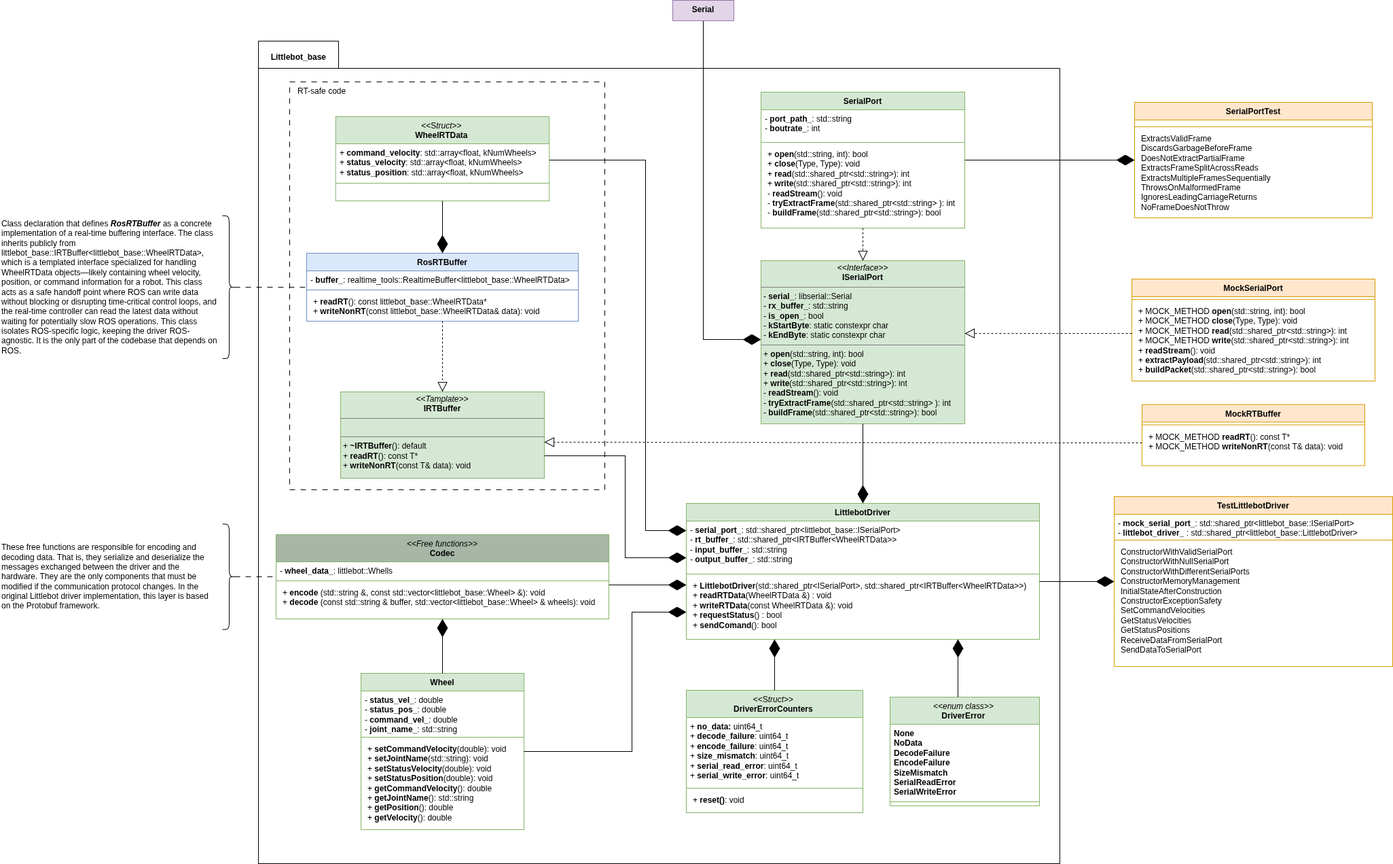
Earlier version of the draw.io export docs/figures/driver_class_diagram.png (NestorDP/littlebot). Source tidied: cells renumbered, new cells last; positions are measured from the earlier drawing's top-left corner, leaving out a move shared by most shapes.
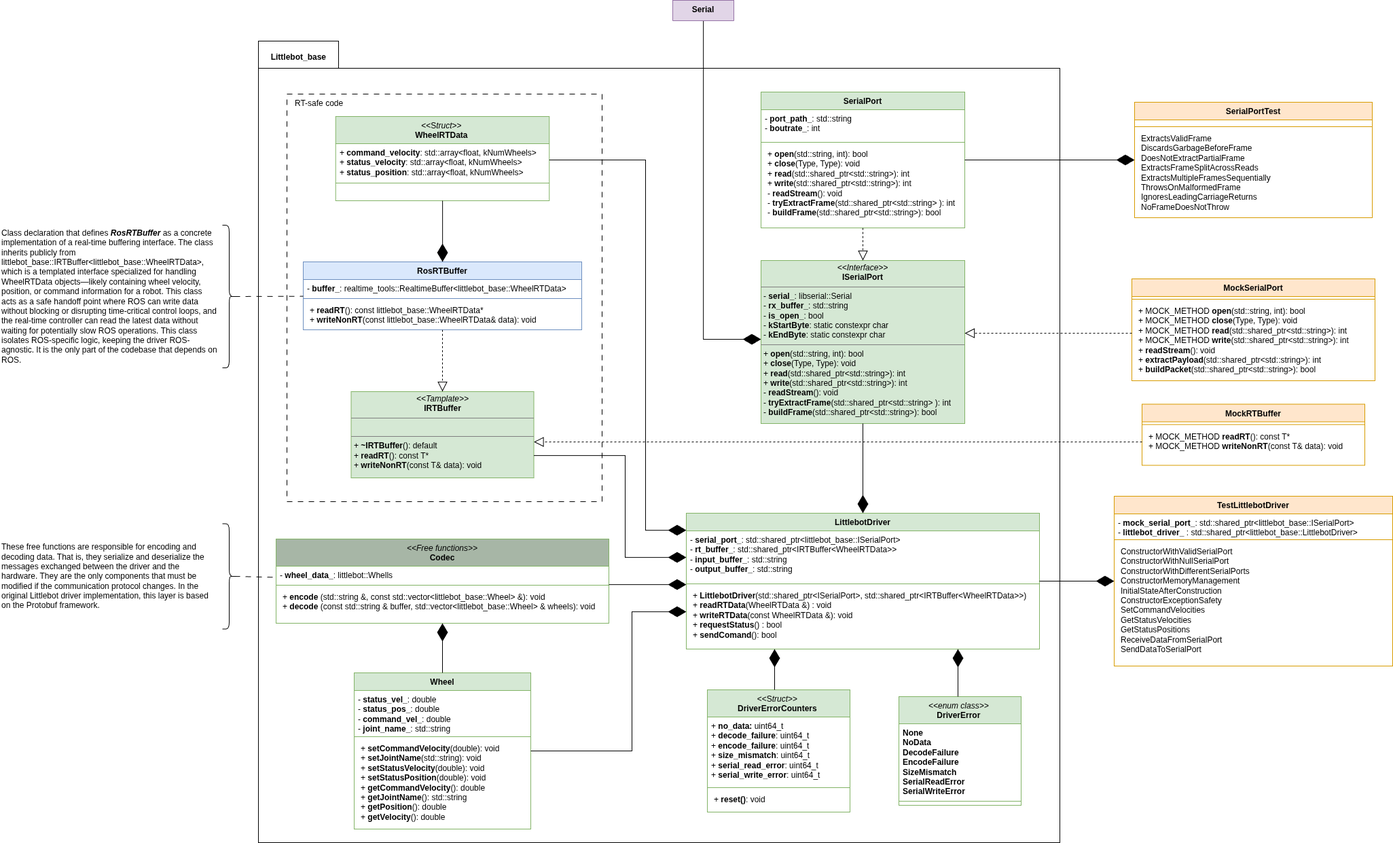
After the change.

Change to the diagram source:
```diff
@@ -5,6 +5,6 @@
     <mxCell id="2" value="&amp;nbsp; &amp;nbsp; &amp;nbsp;Littlebot_base" style="shape=folder;fontStyle=1;spacingTop=10;tabWidth=30;tabHeight=40;tabPosition=left;html=1;whiteSpace=wrap;verticalAlign=top;align=left;" parent="1" vertex="1">
-      <mxGeometry x="380" y="60" width="1180" height="1210" as="geometry" />
+      <mxGeometry x="380" y="60" width="1180" height="1180" as="geometry" />
     </mxCell>
     <mxCell id="3" value="&amp;nbsp; &amp;nbsp;RT-safe code" style="rounded=0;whiteSpace=wrap;html=1;fillColor=none;dashed=1;dashPattern=8 8;align=left;verticalAlign=top;" parent="1" vertex="1">
-      <mxGeometry x="426" y="120" width="464" height="600" as="geometry" />
+      <mxGeometry x="422" y="138" width="464" height="600" as="geometry" />
     </mxCell>
@@ -26,3 +26,3 @@
     <mxCell id="9" value="LittlebotDriver" style="swimlane;fontStyle=1;align=center;verticalAlign=top;horizontal=1;startSize=26;whiteSpace=wrap;html=1;fillColor=#d5e8d4;strokeColor=#82b366;" parent="1" vertex="1">
-      <mxGeometry x="1010" y="740" width="520" height="200" as="geometry" />
+      <mxGeometry x="1010" y="755" width="520" height="200" as="geometry" />
     </mxCell>
@@ -38,12 +38,12 @@
     <mxCell id="13" value="Wheel" style="swimlane;fontStyle=1;align=center;verticalAlign=top;horizontal=1;startSize=26;whiteSpace=wrap;html=1;fillColor=#d5e8d4;strokeColor=#82b366;" parent="1" vertex="1">
-      <mxGeometry x="531" y="990" width="240" height="230" as="geometry" />
+      <mxGeometry x="521" y="990" width="260" height="230" as="geometry" />
     </mxCell>
     <mxCell id="14" value="- &lt;b&gt;status_vel_&lt;/b&gt;: double&lt;div&gt;-&lt;b&gt; status_pos_&lt;/b&gt;: double&lt;br&gt;&lt;div&gt;-&lt;b&gt; command_vel_&lt;/b&gt;: double&lt;br&gt;-&lt;b&gt; joint_name_&lt;/b&gt;:&amp;nbsp;&lt;span style=&quot;background-color: transparent; color: light-dark(rgb(0, 0, 0), rgb(255, 255, 255));&quot;&gt;std::string&lt;/span&gt;&lt;/div&gt;&lt;/div&gt;" style="text;strokeColor=none;fillColor=none;align=left;verticalAlign=top;spacingLeft=4;spacingRight=4;overflow=hidden;whiteSpace=wrap;html=1;" parent="13" vertex="1">
-      <mxGeometry y="26" width="240" height="64" as="geometry" />
+      <mxGeometry y="26" width="260" height="64" as="geometry" />
     </mxCell>
     <mxCell id="15" style="line;strokeWidth=1;fillColor=none;align=left;verticalAlign=middle;spacingTop=-1;spacingLeft=3;spacingRight=3;labelPosition=right;strokeColor=inherit;" parent="13" vertex="1">
-      <mxGeometry y="90" width="240" height="8" as="geometry" />
+      <mxGeometry y="90" width="260" height="8" as="geometry" />
     </mxCell>
     <mxCell id="16" value="&lt;p style=&quot;margin: 0px 0px 0px 4px;&quot;&gt;+ &lt;b&gt;setCommandVelocity&lt;/b&gt;(double): void&lt;br&gt;+ &lt;b&gt;setJointName&lt;/b&gt;(std::string): void&lt;/p&gt;&lt;p style=&quot;margin: 0px 0px 0px 4px;&quot;&gt;+ &lt;b&gt;setStatusVelocity&lt;/b&gt;(double): void&lt;/p&gt;&lt;p style=&quot;margin: 0px 0px 0px 4px;&quot;&gt;+ &lt;b&gt;setStatusPosition&lt;/b&gt;(double): void&lt;/p&gt;&lt;p style=&quot;margin: 0px 0px 0px 4px;&quot;&gt;+ &lt;b&gt;getCommandVelocity&lt;/b&gt;(): double&amp;nbsp;&lt;span style=&quot;white-space: pre;&quot;&gt;&#9;&lt;/span&gt;&lt;/p&gt;&lt;p style=&quot;margin: 0px 0px 0px 4px;&quot;&gt;+&amp;nbsp;&lt;b&gt;getJointName&lt;/b&gt;(&lt;span style=&quot;color: light-dark(rgb(0, 0, 0), rgb(255, 255, 255)); background-color: transparent;&quot;&gt;):&amp;nbsp;&lt;/span&gt;&lt;span style=&quot;color: light-dark(rgb(0, 0, 0), rgb(255, 255, 255)); background-color: transparent;&quot;&gt;std::string&lt;/span&gt;&lt;/p&gt;&lt;p style=&quot;margin: 0px 0px 0px 4px;&quot;&gt;+ &lt;b&gt;getPosition&lt;/b&gt;():&amp;nbsp;&lt;span style=&quot;background-color: transparent; color: light-dark(rgb(0, 0, 0), rgb(255, 255, 255));&quot;&gt;double&lt;/span&gt;&lt;/p&gt;&lt;p style=&quot;margin: 0px 0px 0px 4px;&quot;&gt;+&amp;nbsp;&lt;b style=&quot;background-color: transparent; color: light-dark(rgb(0, 0, 0), rgb(255, 255, 255));&quot;&gt;getVelocity&lt;/b&gt;&lt;span style=&quot;background-color: transparent; color: light-dark(rgb(0, 0, 0), rgb(255, 255, 255));&quot;&gt;():&amp;nbsp;&lt;/span&gt;&lt;span style=&quot;background-color: transparent; color: light-dark(rgb(0, 0, 0), rgb(255, 255, 255));&quot;&gt;double&lt;/span&gt;&lt;/p&gt;&lt;p style=&quot;margin: 0px 0px 0px 4px;&quot;&gt;&lt;br&gt;&lt;/p&gt;" style="text;strokeColor=none;fillColor=none;align=left;verticalAlign=top;spacingLeft=4;spacingRight=4;overflow=hidden;whiteSpace=wrap;html=1;" parent="13" vertex="1">
-      <mxGeometry y="98" width="240" height="132" as="geometry" />
+      <mxGeometry y="98" width="260" height="132" as="geometry" />
     </mxCell>
@@ -58,3 +58,3 @@
     <mxCell id="18" value="&lt;i&gt;&lt;span style=&quot;font-weight: 400;&quot;&gt;&amp;lt;&amp;lt;F&lt;/span&gt;&lt;span style=&quot;font-weight: 400;&quot;&gt;ree functions&lt;/span&gt;&lt;span style=&quot;font-weight: 400;&quot;&gt;&amp;gt;&amp;gt;&lt;/span&gt;&lt;/i&gt;&lt;div&gt;&lt;span style=&quot;background-color: transparent; color: light-dark(rgb(0, 0, 0), rgb(255, 255, 255));&quot;&gt;Codec&lt;/span&gt;&lt;/div&gt;" style="swimlane;fontStyle=1;align=center;verticalAlign=top;horizontal=1;startSize=40;whiteSpace=wrap;html=1;fillColor=#A7B6A6;strokeColor=#82b366;" parent="1" vertex="1">
-      <mxGeometry x="406" y="786" width="490" height="124" as="geometry" />
+      <mxGeometry x="406" y="793" width="490" height="124" as="geometry" />
     </mxCell>
@@ -107,3 +107,3 @@
     <mxCell id="31" value="&lt;p style=&quot;margin:0px;margin-top:4px;text-align:center;&quot;&gt;&lt;i&gt;&amp;lt;&amp;lt;Tamplate&amp;gt;&amp;gt;&lt;/i&gt;&lt;br&gt;&lt;b&gt;IRTBuffer&lt;/b&gt;&lt;/p&gt;&lt;hr size=&quot;1&quot; style=&quot;border-style:solid;&quot;&gt;&lt;p style=&quot;margin:0px;margin-left:4px;&quot;&gt;&lt;br&gt;&lt;/p&gt;&lt;hr size=&quot;1&quot; style=&quot;border-style:solid;&quot;&gt;&lt;p style=&quot;margin:0px;margin-left:4px;&quot;&gt;+ &lt;b&gt;~IRTBuffer&lt;/b&gt;(): default&lt;br&gt;&lt;/p&gt;&lt;p style=&quot;margin:0px;margin-left:4px;&quot;&gt;+ &lt;b&gt;readRT&lt;/b&gt;(): const T*&lt;/p&gt;&lt;p style=&quot;margin:0px;margin-left:4px;&quot;&gt;+ &lt;b&gt;writeNonRT&lt;/b&gt;(&lt;span style=&quot;background-color: transparent;&quot;&gt;const T&amp;amp; data): void&lt;/span&gt;&lt;/p&gt;" style="verticalAlign=top;align=left;overflow=fill;html=1;whiteSpace=wrap;fillColor=#d5e8d4;strokeColor=#82b366;" parent="1" vertex="1">
-      <mxGeometry x="501" y="576" width="300" height="127" as="geometry" />
+      <mxGeometry x="516.5" y="576" width="269" height="127" as="geometry" />
     </mxCell>
@@ -122,12 +122,12 @@
     <mxCell id="36" value="RosRTBuffer" style="swimlane;fontStyle=1;align=center;verticalAlign=top;horizontal=1;startSize=26;whiteSpace=wrap;html=1;fillColor=#dae8fc;strokeColor=#6c8ebf;" parent="1" vertex="1">
-      <mxGeometry x="451" y="372" width="400" height="100" as="geometry" />
+      <mxGeometry x="446" y="385" width="410" height="100" as="geometry" />
     </mxCell>
     <mxCell id="37" value="- &lt;b&gt;buffer_&lt;/b&gt;:&amp;nbsp;realtime_tools::RealtimeBuffer&amp;lt;littlebot_base::WheelRTData&amp;gt;&amp;nbsp;" style="text;strokeColor=none;fillColor=none;align=left;verticalAlign=top;spacingLeft=4;spacingRight=4;overflow=hidden;whiteSpace=wrap;html=1;" parent="36" vertex="1">
-      <mxGeometry y="26" width="400" height="24" as="geometry" />
+      <mxGeometry y="26" width="410" height="24" as="geometry" />
     </mxCell>
     <mxCell id="38" style="line;strokeWidth=1;fillColor=none;align=left;verticalAlign=middle;spacingTop=-1;spacingLeft=3;spacingRight=3;labelPosition=right;strokeColor=inherit;" parent="36" vertex="1">
-      <mxGeometry y="50" width="400" height="8" as="geometry" />
+      <mxGeometry y="50" width="410" height="8" as="geometry" />
     </mxCell>
     <mxCell id="39" value="&lt;p style=&quot;margin: 0px 0px 0px 4px;&quot;&gt;+ &lt;span style=&quot;background-color: transparent;&quot;&gt;&lt;b&gt;readRT&lt;/b&gt;&lt;/span&gt;&lt;span style=&quot;background-color: transparent; color: light-dark(rgb(0, 0, 0), rgb(255, 255, 255));&quot;&gt;():&amp;nbsp;&lt;/span&gt;&lt;span style=&quot;background-color: transparent;&quot;&gt;const littlebot_base::WheelRTData*&lt;/span&gt;&lt;/p&gt;&lt;p style=&quot;margin: 0px 0px 0px 4px;&quot;&gt;+&amp;nbsp;&lt;span style=&quot;background-color: transparent;&quot;&gt;&lt;b&gt;writeNonRT&lt;/b&gt;(&lt;/span&gt;&lt;span style=&quot;background-color: transparent;&quot;&gt;const littlebot_base::WheelRTData&amp;amp; data): void&lt;/span&gt;&lt;/p&gt;&lt;p style=&quot;margin: 0px 0px 0px 4px;&quot;&gt;&lt;br&gt;&lt;/p&gt;" style="text;strokeColor=none;fillColor=none;align=left;verticalAlign=top;spacingLeft=4;spacingRight=4;overflow=hidden;whiteSpace=wrap;html=1;" parent="36" vertex="1">
-      <mxGeometry y="58" width="400" height="42" as="geometry" />
+      <mxGeometry y="58" width="410" height="42" as="geometry" />
     </mxCell>
@@ -192,24 +192,24 @@
     <mxCell id="53" value="&lt;span style=&quot;font-weight: normal;&quot;&gt;&amp;lt;&amp;lt;S&lt;i&gt;truct&lt;/i&gt;&amp;gt;&amp;gt;&lt;/span&gt;&amp;nbsp;&lt;div&gt;DriverErrorCounters&amp;nbsp;&lt;/div&gt;" style="swimlane;fontStyle=1;align=center;verticalAlign=top;horizontal=1;startSize=40;whiteSpace=wrap;html=1;fillColor=#d5e8d4;strokeColor=#82b366;" parent="1" vertex="1">
-      <mxGeometry x="1010" y="1015" width="260" height="180" as="geometry" />
+      <mxGeometry x="1041" y="1015" width="210" height="180" as="geometry" />
     </mxCell>
     <mxCell id="54" value="&lt;div&gt;+ &lt;b&gt;no_data:&amp;nbsp;&lt;/b&gt;&lt;span style=&quot;background-color: transparent; color: light-dark(rgb(0, 0, 0), rgb(255, 255, 255));&quot;&gt;uint64_t&lt;/span&gt;&lt;/div&gt;&lt;div&gt;+&amp;nbsp;&lt;b&gt;decode_failure&lt;/b&gt;:&amp;nbsp;&lt;span style=&quot;background-color: transparent; color: light-dark(rgb(0, 0, 0), rgb(255, 255, 255));&quot;&gt;uint64_t&lt;/span&gt;&lt;span style=&quot;background-color: transparent; color: light-dark(rgb(0, 0, 0), rgb(255, 255, 255));&quot;&gt;&amp;nbsp;&lt;/span&gt;&lt;/div&gt;&lt;div&gt;+ &lt;b&gt;encode_failure&lt;/b&gt;:&amp;nbsp;&lt;span style=&quot;background-color: transparent; color: light-dark(rgb(0, 0, 0), rgb(255, 255, 255));&quot;&gt;uint64_t&lt;/span&gt;&lt;span style=&quot;background-color: transparent; color: light-dark(rgb(0, 0, 0), rgb(255, 255, 255));&quot;&gt;&amp;nbsp;&lt;/span&gt;&lt;/div&gt;&lt;div&gt;+ &lt;b&gt;size_mismatch&lt;/b&gt;:&amp;nbsp;&lt;span style=&quot;background-color: transparent; color: light-dark(rgb(0, 0, 0), rgb(255, 255, 255));&quot;&gt;uint64_t&lt;/span&gt;&lt;span style=&quot;background-color: transparent; color: light-dark(rgb(0, 0, 0), rgb(255, 255, 255));&quot;&gt;&amp;nbsp;&lt;/span&gt;&lt;/div&gt;&lt;div&gt;+&lt;b&gt; serial_read_error&lt;/b&gt;:&amp;nbsp;&lt;span style=&quot;background-color: transparent; color: light-dark(rgb(0, 0, 0), rgb(255, 255, 255));&quot;&gt;uint64_t&lt;/span&gt;&lt;span style=&quot;background-color: transparent; color: light-dark(rgb(0, 0, 0), rgb(255, 255, 255));&quot;&gt;&amp;nbsp;&lt;/span&gt;&lt;/div&gt;&lt;div&gt;+ &lt;b&gt;serial_write_error&lt;/b&gt;:&amp;nbsp;&lt;span style=&quot;background-color: transparent; color: light-dark(rgb(0, 0, 0), rgb(255, 255, 255));&quot;&gt;uint64_t&lt;/span&gt;&lt;span style=&quot;background-color: transparent; color: light-dark(rgb(0, 0, 0), rgb(255, 255, 255));&quot;&gt;&amp;nbsp;&lt;/span&gt;&lt;br&gt;&lt;/div&gt;" style="text;strokeColor=none;fillColor=none;align=left;verticalAlign=top;spacingLeft=4;spacingRight=4;overflow=hidden;whiteSpace=wrap;html=1;" parent="53" vertex="1">
-      <mxGeometry y="40" width="260" height="100" as="geometry" />
+      <mxGeometry y="40" width="210" height="100" as="geometry" />
     </mxCell>
     <mxCell id="55" style="line;strokeWidth=1;fillColor=none;align=left;verticalAlign=middle;spacingTop=-1;spacingLeft=3;spacingRight=3;labelPosition=right;strokeColor=inherit;" parent="53" vertex="1">
-      <mxGeometry y="140" width="260" height="8" as="geometry" />
+      <mxGeometry y="140" width="210" height="8" as="geometry" />
     </mxCell>
     <mxCell id="56" value="&lt;p style=&quot;margin: 0px 0px 0px 4px;&quot;&gt;+ &lt;b&gt;reset()&lt;/b&gt;: void&lt;/p&gt;" style="text;strokeColor=none;fillColor=none;align=left;verticalAlign=top;spacingLeft=4;spacingRight=4;overflow=hidden;whiteSpace=wrap;html=1;" parent="53" vertex="1">
-      <mxGeometry y="148" width="260" height="32" as="geometry" />
+      <mxGeometry y="148" width="210" height="32" as="geometry" />
     </mxCell>
     <mxCell id="57" value="&lt;span style=&quot;font-weight: normal;&quot;&gt;&lt;i&gt;&amp;lt;&amp;lt;enum class&amp;gt;&amp;gt;&lt;/i&gt;&lt;/span&gt;&amp;nbsp;&lt;div&gt;DriverError&amp;nbsp;&lt;/div&gt;" style="swimlane;fontStyle=1;align=center;verticalAlign=top;horizontal=1;startSize=40;whiteSpace=wrap;html=1;fillColor=#d5e8d4;strokeColor=#82b366;" parent="1" vertex="1">
-      <mxGeometry x="1310" y="1025" width="220" height="160" as="geometry" />
+      <mxGeometry x="1323" y="1025" width="180" height="160" as="geometry" />
     </mxCell>
     <mxCell id="58" value="&lt;span style=&quot;background-color: transparent;&quot;&gt;&lt;b&gt;None&lt;/b&gt;&lt;/span&gt;&lt;div&gt;&lt;b&gt;NoData&lt;/b&gt;&lt;/div&gt;&lt;div&gt;&lt;b&gt;DecodeFailure&lt;/b&gt;&lt;/div&gt;&lt;div&gt;&lt;b&gt;EncodeFailure&lt;/b&gt;&lt;/div&gt;&lt;div&gt;&lt;b&gt;SizeMismatch&lt;/b&gt;&lt;/div&gt;&lt;div&gt;&lt;b&gt;SerialReadError&lt;/b&gt;&lt;/div&gt;&lt;div&gt;&lt;b&gt;SerialWriteError&lt;/b&gt;&lt;/div&gt;" style="text;strokeColor=none;fillColor=none;align=left;verticalAlign=top;spacingLeft=4;spacingRight=4;overflow=hidden;whiteSpace=wrap;html=1;" parent="57" vertex="1">
-      <mxGeometry y="40" width="220" height="110" as="geometry" />
+      <mxGeometry y="40" width="180" height="110" as="geometry" />
     </mxCell>
     <mxCell id="59" style="line;strokeWidth=1;fillColor=none;align=left;verticalAlign=middle;spacingTop=-1;spacingLeft=3;spacingRight=3;labelPosition=right;strokeColor=inherit;" parent="57" vertex="1">
-      <mxGeometry y="150" width="220" height="8" as="geometry" />
+      <mxGeometry y="150" width="180" height="8" as="geometry" />
     </mxCell>
     <mxCell id="60" value="&lt;p style=&quot;margin: 0px 0px 0px 4px;&quot;&gt;&lt;br&gt;&lt;/p&gt;&lt;p style=&quot;margin: 0px 0px 0px 4px;&quot;&gt;&lt;br&gt;&lt;/p&gt;" style="text;strokeColor=none;fillColor=none;align=left;verticalAlign=top;spacingLeft=4;spacingRight=4;overflow=hidden;whiteSpace=wrap;html=1;" parent="57" vertex="1">
-      <mxGeometry y="158" width="220" height="2" as="geometry" />
+      <mxGeometry y="158" width="180" height="2" as="geometry" />
     </mxCell>
@@ -239,3 +239,3 @@
     <mxCell id="64" style="shape=curlyBracket;whiteSpace=wrap;html=1;rounded=1;flipH=1;labelPosition=right;verticalLabelPosition=middle;align=left;verticalAlign=middle;legacyAnchorPoints=0;" parent="1" vertex="1">
-      <mxGeometry x="327" y="317" width="20" height="210" as="geometry" />
+      <mxGeometry x="327" y="331" width="20" height="210" as="geometry" />
     </mxCell>
@@ -245,3 +245,3 @@
     <mxCell id="66" value="&lt;div style=&quot;&quot;&gt;&lt;span style=&quot;background-color: transparent; color: light-dark(rgb(0, 0, 0), rgb(255, 255, 255));&quot;&gt;Class declaration that defines &lt;b&gt;&lt;i&gt;RosRTBuffer&lt;/i&gt;&lt;/b&gt; as a concrete implementation of a real-time buffering interface. The class inherits publicly from littlebot_base::IRTBuffer&amp;lt;littlebot_base::WheelRTData&amp;gt;, which is a templated interface specialized for handling WheelRTData objects—likely containing wheel velocity, position, or command information for a robot.&amp;nbsp;&lt;/span&gt;&lt;span style=&quot;background-color: transparent;&quot;&gt;This class acts as a safe handoff point where ROS can write data without blocking or disrupting time-critical control loops, and the real-time controller can read the latest data without waiting for potentially slow ROS operations.&amp;nbsp;&lt;/span&gt;&lt;span style=&quot;background-color: transparent;&quot;&gt;This class isolates ROS-specific logic, keeping the driver ROS-agnostic. It is the only part of the codebase that depends on ROS.&lt;/span&gt;&lt;/div&gt;" style="rounded=0;whiteSpace=wrap;html=1;align=left;strokeColor=none;" parent="1" vertex="1">
-      <mxGeometry y="312" width="320" height="220" as="geometry" />
+      <mxGeometry y="326" width="320" height="220" as="geometry" />
     </mxCell>
@@ -268,7 +268,7 @@
     </mxCell>
-    <mxCell id="74" style="endArrow=block;dashed=1;endFill=0;endSize=12;html=1;rounded=0;edgeStyle=orthogonalEdgeStyle;" parent="1" edge="1" source="71">
+    <mxCell id="74" style="endArrow=block;dashed=1;endFill=0;endSize=12;html=1;rounded=0;edgeStyle=orthogonalEdgeStyle;" parent="1" edge="1" source="71" target="31">
       <mxGeometry relative="1" as="geometry">
-        <mxPoint x="801" y="650" as="targetPoint" />
         <Array as="points">
-          <mxPoint x="1560" y="651" />
+          <mxPoint x="1500" y="650" />
+          <mxPoint x="1500" y="650" />
         </Array>
```
